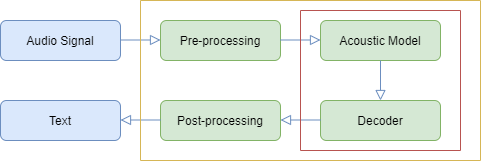
Tou7and/HelloGitHub keeps this draw.io diagram as asr_pipeline.png. Above is the earlier version. Source tidied: cells renumbered, new cells last; positions are measured from the earlier drawing's top-left corner, leaving out a move shared by most shapes.
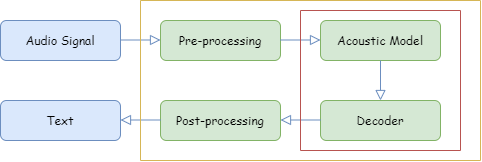
The same file after the commit.

The edit, as a diff of the source:
```diff
@@ -2,7 +2,7 @@
   <root>
     <mxCell id="0" />
     <mxCell id="1" parent="0" />
-    <mxCell id="2" value="Audio Signal" style="rounded=1;whiteSpace=wrap;html=1;fontSize=12;glass=0;strokeWidth=1;shadow=0;fillColor=#dae8fc;strokeColor=#6c8ebf;" parent="1" vertex="1">
+    <mxCell id="2" value="&lt;font face=&quot;Comic Sans MS&quot;&gt;Audio Signal&lt;/font&gt;" style="rounded=1;whiteSpace=wrap;html=1;fontSize=12;glass=0;strokeWidth=1;shadow=0;fillColor=#dae8fc;strokeColor=#6c8ebf;" parent="1" vertex="1">
       <mxGeometry y="20" width="120" height="40" as="geometry" />
     </mxCell>
     <mxCell id="3" style="rounded=0;html=1;jettySize=auto;orthogonalLoop=1;fontSize=11;endArrow=block;endFill=0;endSize=8;strokeWidth=1;shadow=0;labelBackgroundColor=none;edgeStyle=orthogonalEdgeStyle;fillColor=#dae8fc;strokeColor=#6c8ebf;" parent="1" edge="1">
@@ -15,13 +15,13 @@
         </Array>
       </mxGeometry>
     </mxCell>
-    <mxCell id="4" value="Pre-processing" style="rounded=1;whiteSpace=wrap;html=1;fontSize=12;glass=0;strokeWidth=1;shadow=0;fillColor=#d5e8d4;strokeColor=#82b366;" parent="1" vertex="1">
+    <mxCell id="4" value="&lt;font face=&quot;Comic Sans MS&quot;&gt;Pre-processing&lt;/font&gt;" style="rounded=1;whiteSpace=wrap;html=1;fontSize=12;glass=0;strokeWidth=1;shadow=0;fillColor=#d5e8d4;strokeColor=#82b366;" parent="1" vertex="1">
       <mxGeometry x="160" y="20" width="120" height="40" as="geometry" />
     </mxCell>
-    <mxCell id="5" value="Acoustic Model" style="rounded=1;whiteSpace=wrap;html=1;fontSize=12;glass=0;strokeWidth=1;shadow=0;fillColor=#d5e8d4;strokeColor=#82b366;" parent="1" vertex="1">
+    <mxCell id="5" value="&lt;font face=&quot;Comic Sans MS&quot;&gt;Acoustic Model&lt;/font&gt;" style="rounded=1;whiteSpace=wrap;html=1;fontSize=12;glass=0;strokeWidth=1;shadow=0;fillColor=#d5e8d4;strokeColor=#82b366;" parent="1" vertex="1">
       <mxGeometry x="320" y="20" width="120" height="40" as="geometry" />
     </mxCell>
-    <mxCell id="6" value="Decoder" style="rounded=1;whiteSpace=wrap;html=1;fontSize=12;glass=0;strokeWidth=1;shadow=0;fillColor=#d5e8d4;strokeColor=#82b366;" parent="1" vertex="1">
+    <mxCell id="6" value="&lt;font face=&quot;Comic Sans MS&quot;&gt;Decoder&lt;/font&gt;" style="rounded=1;whiteSpace=wrap;html=1;fontSize=12;glass=0;strokeWidth=1;shadow=0;fillColor=#d5e8d4;strokeColor=#82b366;" parent="1" vertex="1">
       <mxGeometry x="320" y="100" width="120" height="40" as="geometry" />
     </mxCell>
     <mxCell id="7" style="rounded=0;html=1;jettySize=auto;orthogonalLoop=1;fontSize=11;endArrow=block;endFill=0;endSize=8;strokeWidth=1;shadow=0;labelBackgroundColor=none;edgeStyle=orthogonalEdgeStyle;fillColor=#dae8fc;strokeColor=#6c8ebf;" parent="1" edge="1">
@@ -44,10 +44,10 @@
         </Array>
       </mxGeometry>
     </mxCell>
-    <mxCell id="9" value="Post-processing" style="rounded=1;whiteSpace=wrap;html=1;fontSize=12;glass=0;strokeWidth=1;shadow=0;fillColor=#d5e8d4;strokeColor=#82b366;" parent="1" vertex="1">
+    <mxCell id="9" value="&lt;font face=&quot;Comic Sans MS&quot;&gt;Post-processing&lt;/font&gt;" style="rounded=1;whiteSpace=wrap;html=1;fontSize=12;glass=0;strokeWidth=1;shadow=0;fillColor=#d5e8d4;strokeColor=#82b366;" parent="1" vertex="1">
       <mxGeometry x="160" y="100" width="120" height="40" as="geometry" />
     </mxCell>
-    <mxCell id="10" value="Text" style="rounded=1;whiteSpace=wrap;html=1;fontSize=12;glass=0;strokeWidth=1;shadow=0;fillColor=#dae8fc;strokeColor=#6c8ebf;" parent="1" vertex="1">
+    <mxCell id="10" value="&lt;font face=&quot;Comic Sans MS&quot;&gt;Text&lt;/font&gt;" style="rounded=1;whiteSpace=wrap;html=1;fontSize=12;glass=0;strokeWidth=1;shadow=0;fillColor=#dae8fc;strokeColor=#6c8ebf;" parent="1" vertex="1">
       <mxGeometry y="100" width="120" height="40" as="geometry" />
     </mxCell>
     <mxCell id="11" style="rounded=0;html=1;jettySize=auto;orthogonalLoop=1;fontSize=11;endArrow=block;endFill=0;endSize=8;strokeWidth=1;shadow=0;labelBackgroundColor=none;edgeStyle=orthogonalEdgeStyle;fillColor=#dae8fc;strokeColor=#6c8ebf;" parent="1" edge="1">
```
